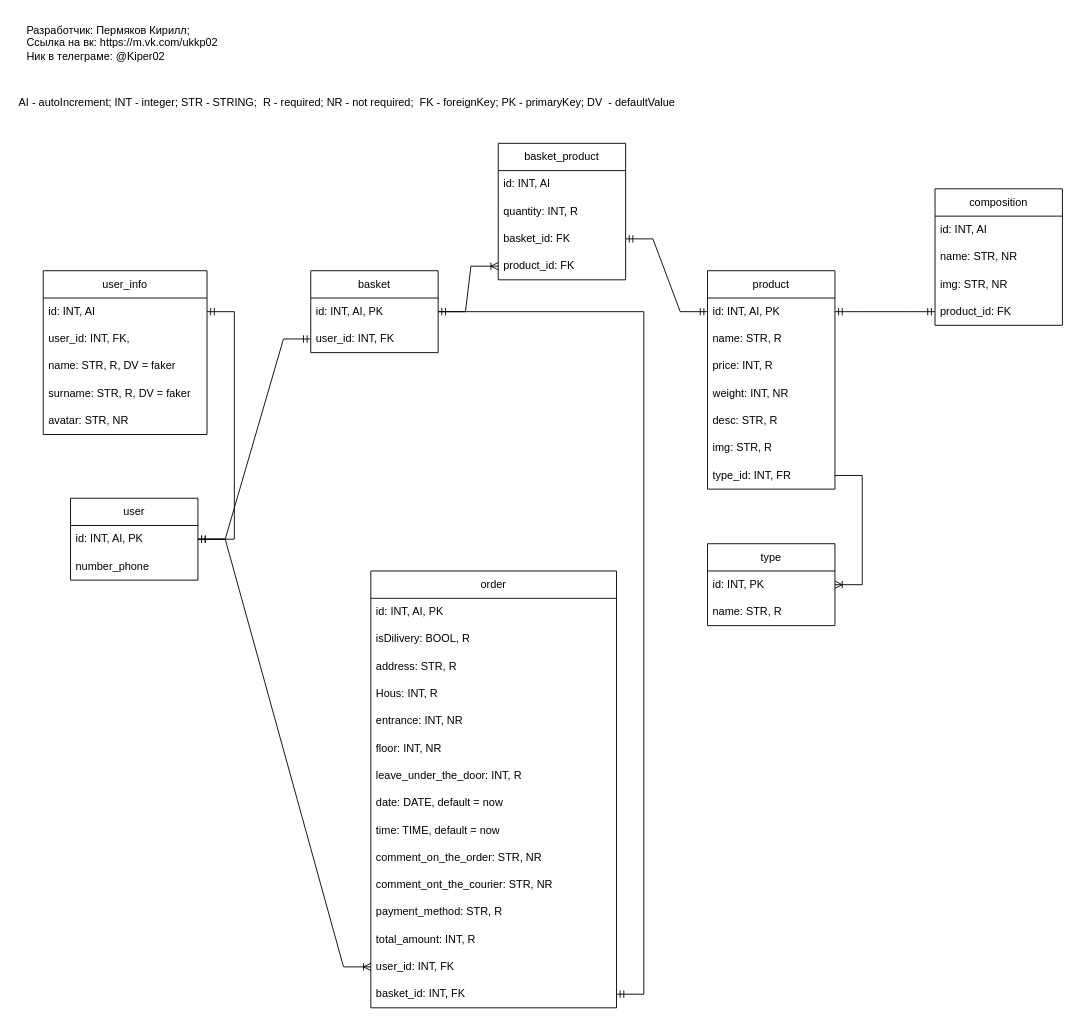
The draw.io diagram Диаграмма без названия.drawio in Kiper02/ninja-sushi, before the edit. Source tidied: cells renumbered, new cells numbered last; positions are measured from the earlier drawing's top-left corner, leaving out a move shared by most shapes. Both pictures are drawn from the tidied source at 91%, with x=0, y=0 at pixel (15, 15).
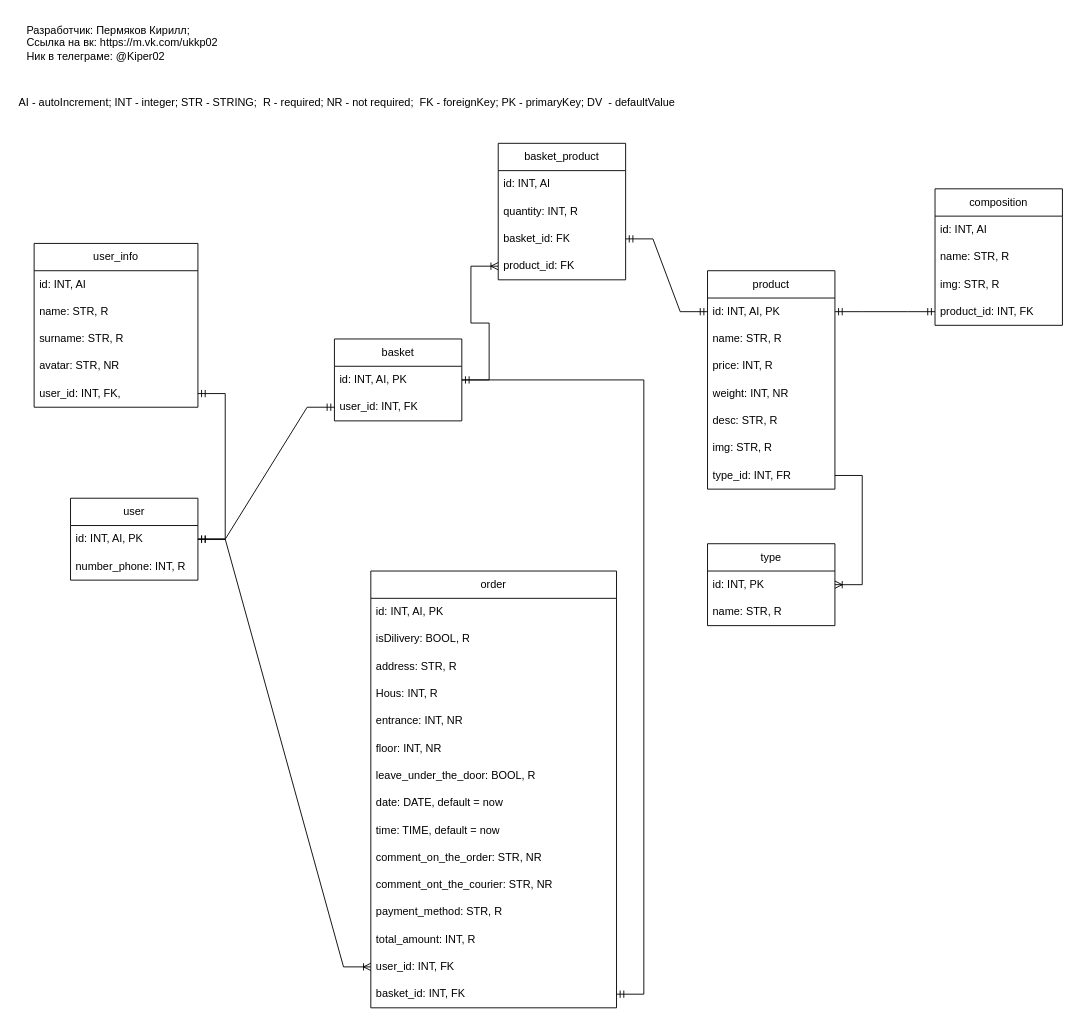
The same page after the edit.

The change refers to these unchanged cells:
```xml
<mxCell id="2" value="&lt;div&gt;user&lt;/div&gt;" style="swimlane;fontStyle=0;horizontal=1;startSize=30;whiteSpace=wrap;html=1;" parent="1" vertex="1">
  <mxGeometry x="60" y="530" width="140" height="90" as="geometry" />
</mxCell>
<mxCell id="3" value="id: INT, AI, PK" style="text;strokeColor=none;fillColor=none;align=left;verticalAlign=middle;spacingLeft=4;spacingRight=4;overflow=hidden;points=[[0,0.5],[1,0.5]];portConstraint=eastwest;whiteSpace=wrap;html=1;" parent="2" vertex="1">
  <mxGeometry y="30" width="140" height="30" as="geometry" />
</mxCell>
<mxCell id="6" value="id: INT, AI" style="text;strokeColor=none;fillColor=none;align=left;verticalAlign=middle;spacingLeft=4;spacingRight=4;overflow=hidden;points=[[0,0.5],[1,0.5]];portConstraint=eastwest;whiteSpace=wrap;html=1;" parent="5" vertex="1">
  <mxGeometry y="30" width="180" height="30" as="geometry" />
</mxCell>
<mxCell id="14" value="user_id: INT, FK" style="text;strokeColor=none;fillColor=none;align=left;verticalAlign=middle;spacingLeft=4;spacingRight=4;overflow=hidden;points=[[0,0.5],[1,0.5]];portConstraint=eastwest;whiteSpace=wrap;html=1;" parent="12" vertex="1">
  <mxGeometry y="60" width="140" height="30" as="geometry" />
</mxCell>
<mxCell id="31" value="composition" style="swimlane;fontStyle=0;horizontal=1;startSize=30;whiteSpace=wrap;html=1;" parent="1" vertex="1">
  <mxGeometry x="1010" y="190" width="140" height="150" as="geometry" />
</mxCell>
<mxCell id="36" value="order" style="swimlane;fontStyle=0;horizontal=1;startSize=30;whiteSpace=wrap;html=1;" parent="1" vertex="1">
  <mxGeometry x="390" y="610" width="270" height="480" as="geometry" />
</mxCell>
```

What changed in the source:
```diff
@@
-    <mxCell id="4" value="number_phone" style="text;strokeColor=none;fillColor=none;align=left;verticalAlign=middle;spacingLeft=4;spacingRight=4;overflow=hidden;whiteSpace=wrap;html=1;" parent="2" vertex="1">
+    <mxCell id="4" value="number_phone: INT, R" style="text;strokeColor=none;fillColor=none;align=left;verticalAlign=middle;spacingLeft=4;spacingRight=4;overflow=hidden;whiteSpace=wrap;html=1;" parent="2" vertex="1">
       <mxGeometry y="60" width="140" height="30" as="geometry" />
     </mxCell>
     <mxCell id="5" value="user_info" style="swimlane;fontStyle=0;horizontal=1;startSize=30;whiteSpace=wrap;html=1;" parent="1" vertex="1">
-      <mxGeometry x="30" y="280" width="180" height="180" as="geometry" />
+      <mxGeometry x="20" y="250" width="180" height="180" as="geometry" />
     </mxCell>
@@
-    <mxCell id="7" value="user_id: INT, FK, " style="text;strokeColor=none;fillColor=none;align=left;verticalAlign=middle;spacingLeft=4;spacingRight=4;overflow=hidden;points=[[0,0.5],[1,0.5]];portConstraint=eastwest;whiteSpace=wrap;html=1;" parent="5" vertex="1">
-      <mxGeometry y="60" width="180" height="30" as="geometry" />
-    </mxCell>
-    <mxCell id="8" value="&lt;div&gt;name: STR, R, DV = faker&lt;br&gt;&lt;/div&gt;" style="text;strokeColor=none;fillColor=none;align=left;verticalAlign=middle;spacingLeft=4;spacingRight=4;overflow=hidden;whiteSpace=wrap;html=1;" parent="5" vertex="1">
-      <mxGeometry y="90" width="180" height="30" as="geometry" />
+    <mxCell id="8" value="&lt;div&gt;name: STR, R&lt;br&gt;&lt;/div&gt;" style="text;strokeColor=none;fillColor=none;align=left;verticalAlign=middle;spacingLeft=4;spacingRight=4;overflow=hidden;whiteSpace=wrap;html=1;" parent="5" vertex="1">
+      <mxGeometry y="60" width="180" height="30" as="geometry" />
     </mxCell>
-    <mxCell id="9" value="surname: STR, R, DV = faker" style="text;strokeColor=none;fillColor=none;align=left;verticalAlign=middle;spacingLeft=4;spacingRight=4;overflow=hidden;whiteSpace=wrap;html=1;" parent="5" vertex="1">
-      <mxGeometry y="120" width="180" height="30" as="geometry" />
+    <mxCell id="9" value="surname: STR, R" style="text;strokeColor=none;fillColor=none;align=left;verticalAlign=middle;spacingLeft=4;spacingRight=4;overflow=hidden;whiteSpace=wrap;html=1;" parent="5" vertex="1">
+      <mxGeometry y="90" width="180" height="30" as="geometry" />
     </mxCell>
     <mxCell id="10" value="avatar: STR, NR" style="text;strokeColor=none;fillColor=none;align=left;verticalAlign=middle;spacingLeft=4;spacingRight=4;overflow=hidden;whiteSpace=wrap;html=1;" parent="5" vertex="1">
-      <mxGeometry y="150" width="180" height="30" as="geometry" />
+      <mxGeometry y="120" width="180" height="30" as="geometry" />
     </mxCell>
+    <mxCell id="7" value="user_id: INT, FK, " style="text;strokeColor=none;fillColor=none;align=left;verticalAlign=middle;spacingLeft=4;spacingRight=4;overflow=hidden;points=[[0,0.5],[1,0.5]];portConstraint=eastwest;whiteSpace=wrap;html=1;" parent="5" vertex="1">
+      <mxGeometry y="150" width="180" height="30" as="geometry" />
+    </mxCell>
@@
     <mxCell id="12" value="basket" style="swimlane;fontStyle=0;horizontal=1;startSize=30;whiteSpace=wrap;html=1;" parent="1" vertex="1">
-      <mxGeometry x="324" y="280" width="140" height="90" as="geometry" />
+      <mxGeometry x="350" y="355" width="140" height="90" as="geometry" />
     </mxCell>
@@
-    <mxCell id="33" value="name: STR, NR" style="text;strokeColor=none;fillColor=none;align=left;verticalAlign=middle;spacingLeft=4;spacingRight=4;overflow=hidden;whiteSpace=wrap;html=1;" parent="31" vertex="1">
+    <mxCell id="33" value="name: STR, R" style="text;strokeColor=none;fillColor=none;align=left;verticalAlign=middle;spacingLeft=4;spacingRight=4;overflow=hidden;whiteSpace=wrap;html=1;" parent="31" vertex="1">
       <mxGeometry y="60" width="140" height="30" as="geometry" />
     </mxCell>
-    <mxCell id="34" value="img: STR, NR" style="text;strokeColor=none;fillColor=none;align=left;verticalAlign=middle;spacingLeft=4;spacingRight=4;overflow=hidden;whiteSpace=wrap;html=1;" parent="31" vertex="1">
+    <mxCell id="34" value="img: STR, R" style="text;strokeColor=none;fillColor=none;align=left;verticalAlign=middle;spacingLeft=4;spacingRight=4;overflow=hidden;whiteSpace=wrap;html=1;" parent="31" vertex="1">
       <mxGeometry y="90" width="140" height="30" as="geometry" />
     </mxCell>
-    <mxCell id="35" value="product_id: FK" style="text;strokeColor=none;fillColor=none;align=left;verticalAlign=middle;spacingLeft=4;spacingRight=4;overflow=hidden;points=[[0,0.5],[1,0.5]];portConstraint=eastwest;whiteSpace=wrap;html=1;" parent="31" vertex="1">
+    <mxCell id="35" value="product_id: INT, FK" style="text;strokeColor=none;fillColor=none;align=left;verticalAlign=middle;spacingLeft=4;spacingRight=4;overflow=hidden;points=[[0,0.5],[1,0.5]];portConstraint=eastwest;whiteSpace=wrap;html=1;" parent="31" vertex="1">
       <mxGeometry y="120" width="140" height="30" as="geometry" />
     </mxCell>
@@
-    <mxCell id="43" value="leave_under_the_door: INT, R" style="text;strokeColor=none;fillColor=none;align=left;verticalAlign=middle;spacingLeft=4;spacingRight=4;overflow=hidden;whiteSpace=wrap;html=1;" parent="36" vertex="1">
+    <mxCell id="43" value="leave_under_the_door: BOOL, R" style="text;strokeColor=none;fillColor=none;align=left;verticalAlign=middle;spacingLeft=4;spacingRight=4;overflow=hidden;whiteSpace=wrap;html=1;" parent="36" vertex="1">
       <mxGeometry y="210" width="270" height="30" as="geometry" />
     </mxCell>
@@
-    <mxCell id="52" style="edgeStyle=entityRelationEdgeStyle;fontSize=12;html=1;endArrow=ERmandOne;startArrow=ERmandOne;rounded=0;" parent="1" edge="1" source="3" target="6">
+    <mxCell id="52" style="edgeStyle=entityRelationEdgeStyle;fontSize=12;html=1;endArrow=ERmandOne;startArrow=ERmandOne;rounded=0;" parent="1" edge="1" source="3" target="7">
       <mxGeometry relative="1" as="geometry" />
     </mxCell>
-    <mxCell id="53" style="edgeStyle=entityRelationEdgeStyle;fontSize=12;html=1;endArrow=ERmandOne;startArrow=ERmandOne;rounded=0;" parent="1" edge="1" source="3" target="14">
-      <mxGeometry relative="1" as="geometry" />
+    <mxCell id="53" style="edgeStyle=entityRelationEdgeStyle;fontSize=12;html=1;endArrow=ERmandOne;startArrow=ERmandOne;rounded=0;" parent="1" edge="1">
+      <mxGeometry relative="1" as="geometry">
+        <mxPoint x="200" y="575" as="sourcePoint" />
+        <mxPoint x="350" y="430" as="targetPoint" />
+      </mxGeometry>
     </mxCell>
```
